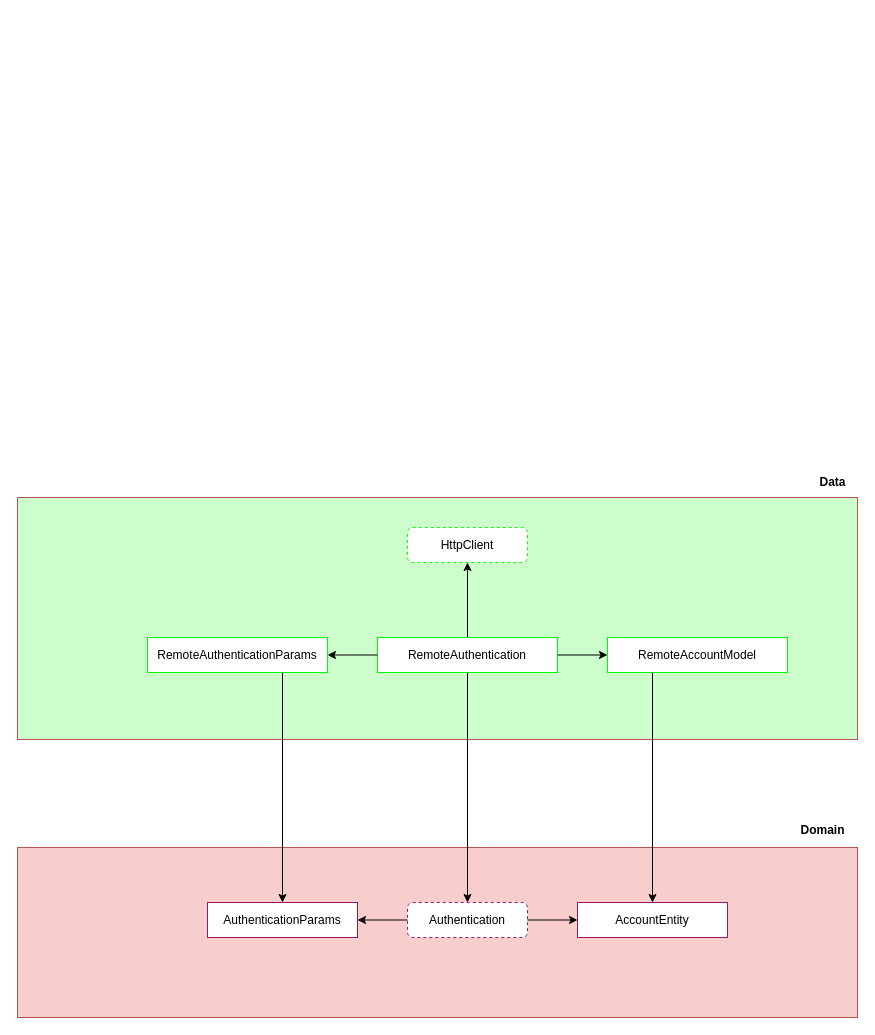
Before: requirements/Arquitetura TattooManager.drawio in PedroMerinoDev/tattoo_manager, a draw.io diagram. Source tidied: cells renumbered, new cells numbered last; positions are measured from the earlier drawing's top-left corner, leaving out a move shared by most shapes. Both pictures are drawn from the tidied source at 100%, with x=0, y=0 at pixel (17, 467).
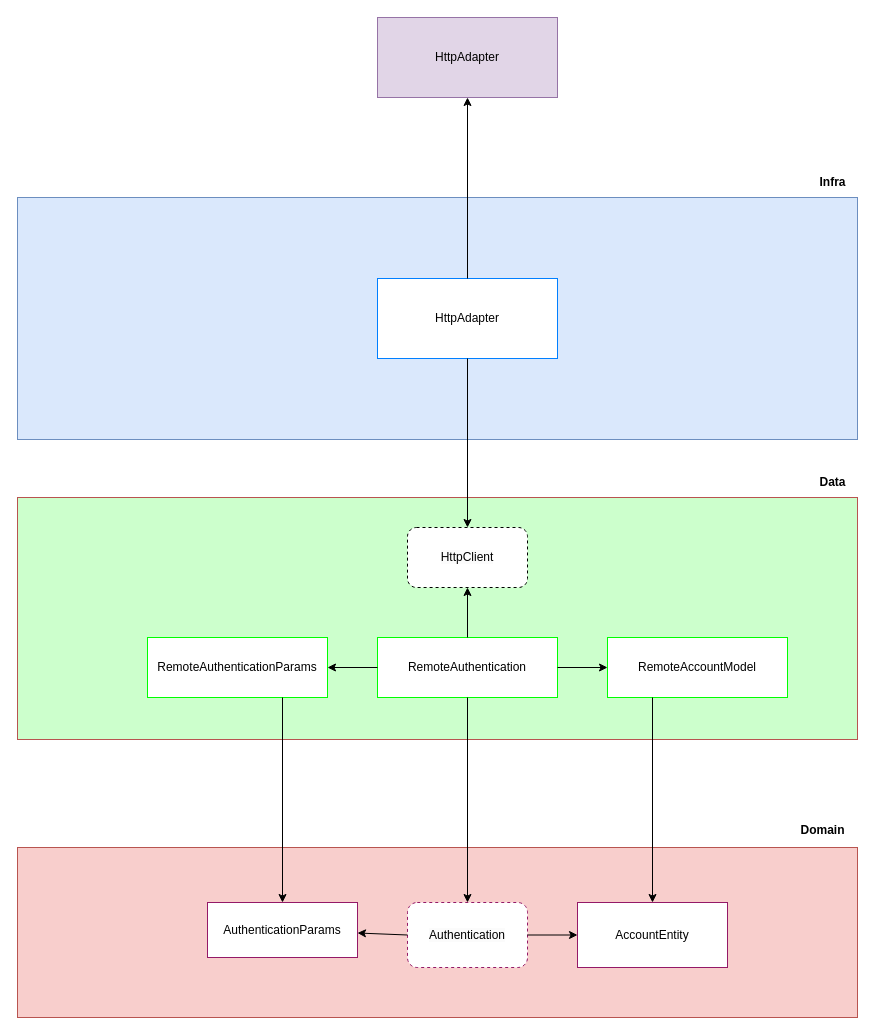
The same diagram, later.

Commit message:
Arquitetura TattooManager: HttpAdapter

Diff of the diagram source:
```diff
@@
     <mxCell id="3" value="AuthenticationParams" style="rounded=0;whiteSpace=wrap;html=1;strokeColor=#941967;" parent="1" vertex="1">
-      <mxGeometry x="190" y="435" width="150" height="35" as="geometry" />
+      <mxGeometry x="190" y="435" width="150" height="55" as="geometry" />
     </mxCell>
     <mxCell id="4" value="AccountEntity" style="rounded=0;whiteSpace=wrap;html=1;strokeColor=#941967;" parent="1" vertex="1">
-      <mxGeometry x="560" y="435" width="150" height="35" as="geometry" />
+      <mxGeometry x="560" y="435" width="150" height="65" as="geometry" />
     </mxCell>
     <mxCell id="5" value="&lt;span style=&quot;color: rgb(0, 0, 0); font-family: Helvetica; font-size: 12px; font-style: normal; font-variant-ligatures: normal; font-variant-caps: normal; font-weight: 400; letter-spacing: normal; orphans: 2; text-align: center; text-indent: 0px; text-transform: none; widows: 2; word-spacing: 0px; -webkit-text-stroke-width: 0px; background-color: rgb(251, 251, 251); text-decoration-thickness: initial; text-decoration-style: initial; text-decoration-color: initial; float: none; display: inline !important;&quot;&gt;Authentication&lt;/span&gt;" style="rounded=1;whiteSpace=wrap;html=1;dashed=1;strokeColor=#941967;" parent="1" vertex="1">
-      <mxGeometry x="390" y="435" width="120" height="35" as="geometry" />
+      <mxGeometry x="390" y="435" width="120" height="65" as="geometry" />
     </mxCell>
@@
     <mxCell id="10" value="RemoteAuthenticationParams" style="rounded=0;whiteSpace=wrap;html=1;strokeColor=#00FF00;" parent="1" vertex="1">
-      <mxGeometry x="130" y="170" width="180" height="35" as="geometry" />
+      <mxGeometry x="130" y="170" width="180" height="60" as="geometry" />
     </mxCell>
-    <mxCell id="11" value="&lt;span style=&quot;color: rgb(0, 0, 0); font-family: Helvetica; font-size: 12px; font-style: normal; font-variant-ligatures: normal; font-variant-caps: normal; font-weight: 400; letter-spacing: normal; orphans: 2; text-align: center; text-indent: 0px; text-transform: none; widows: 2; word-spacing: 0px; -webkit-text-stroke-width: 0px; background-color: rgb(251, 251, 251); text-decoration-thickness: initial; text-decoration-style: initial; text-decoration-color: initial; float: none; display: inline !important;&quot;&gt;HttpClient&lt;/span&gt;" style="rounded=1;whiteSpace=wrap;html=1;dashed=1;strokeColor=#00FF00;" parent="1" vertex="1">
-      <mxGeometry x="390" y="60" width="120" height="35" as="geometry" />
+    <mxCell id="11" value="&lt;span style=&quot;color: rgb(0, 0, 0); font-family: Helvetica; font-size: 12px; font-style: normal; font-variant-ligatures: normal; font-variant-caps: normal; font-weight: 400; letter-spacing: normal; orphans: 2; text-align: center; text-indent: 0px; text-transform: none; widows: 2; word-spacing: 0px; -webkit-text-stroke-width: 0px; background-color: rgb(251, 251, 251); text-decoration-thickness: initial; text-decoration-style: initial; text-decoration-color: initial; float: none; display: inline !important;&quot;&gt;HttpClient&lt;/span&gt;" style="rounded=1;whiteSpace=wrap;html=1;dashed=1;" parent="1" vertex="1">
+      <mxGeometry x="390" y="60" width="120" height="60" as="geometry" />
     </mxCell>
@@
     <mxCell id="13" value="RemoteAuthentication" style="rounded=0;whiteSpace=wrap;html=1;strokeColor=#00FF00;" parent="1" vertex="1">
-      <mxGeometry x="360" y="170" width="180" height="35" as="geometry" />
+      <mxGeometry x="360" y="170" width="180" height="60" as="geometry" />
     </mxCell>
     <mxCell id="14" value="RemoteAccountModel&lt;br&gt;" style="rounded=0;whiteSpace=wrap;html=1;strokeColor=#00FF00;" parent="1" vertex="1">
-      <mxGeometry x="590" y="170" width="180" height="35" as="geometry" />
+      <mxGeometry x="590" y="170" width="180" height="60" as="geometry" />
     </mxCell>
@@
+    <mxCell id="21" style="rounded=0;whiteSpace=wrap;html=1;fillColor=#dae8fc;strokeColor=#6c8ebf;" parent="1" vertex="1">
+      <mxGeometry y="-270" width="840" height="242" as="geometry" />
+    </mxCell>
+    <mxCell id="22" value="&lt;b&gt;Infra&lt;br&gt;&lt;/b&gt;" style="text;html=1;align=center;verticalAlign=middle;strokeColor=none;fillColor=none;" parent="1" vertex="1">
+      <mxGeometry x="790" y="-300" width="50" height="30" as="geometry" />
+    </mxCell>
+    <mxCell id="23" value="HttpAdapter" style="rounded=0;whiteSpace=wrap;html=1;strokeColor=#007FFF;" parent="1" vertex="1">
+      <mxGeometry x="360" y="-189" width="180" height="80" as="geometry" />
+    </mxCell>
+    <mxCell id="24" value="HttpAdapter" style="rounded=0;whiteSpace=wrap;html=1;strokeColor=#9673a6;fillColor=#e1d5e7;" parent="1" vertex="1">
+      <mxGeometry x="360" y="-450" width="180" height="80" as="geometry" />
+    </mxCell>
+    <mxCell id="25" style="endArrow=classic;html=1;rounded=0;entryX=0.5;entryY=1;entryDx=0;entryDy=0;exitX=0.5;exitY=0;exitDx=0;exitDy=0;" parent="1" edge="1" source="23" target="24">
+      <mxGeometry relative="1" as="geometry" />
+    </mxCell>
+    <mxCell id="26" style="endArrow=classic;html=1;rounded=0;exitX=0.5;exitY=1;exitDx=0;exitDy=0;" parent="1" edge="1" source="23" target="11">
+      <mxGeometry relative="1" as="geometry" />
+    </mxCell>
```
